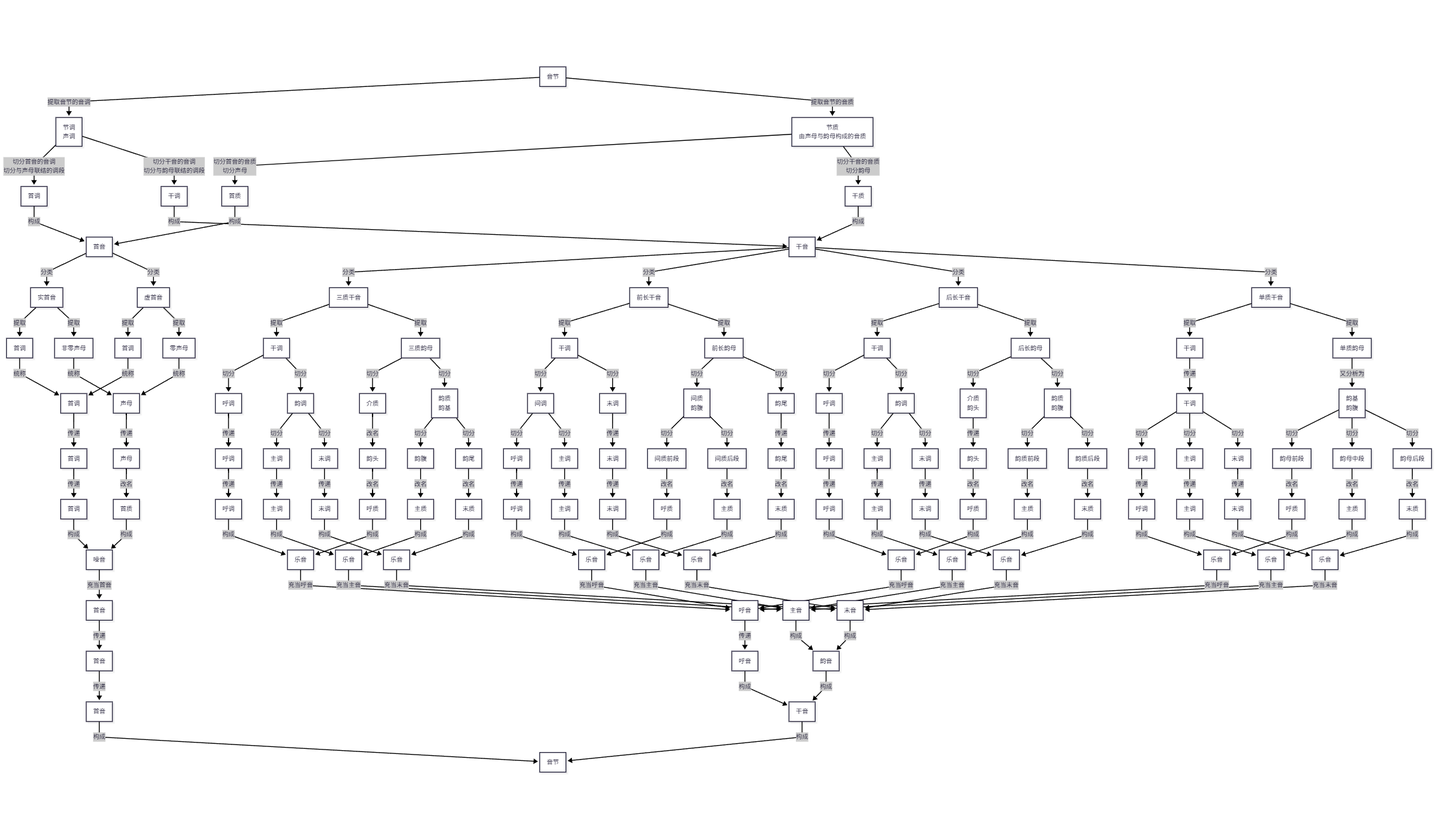
Above: YIME_Theory/flowchart/音元分析流程.png in tsaanghwang/Yime-prototype (Mermaid), before the change. Its source is kept beside it as YIME_Theory/flowchart/音元分析流程.mmd.
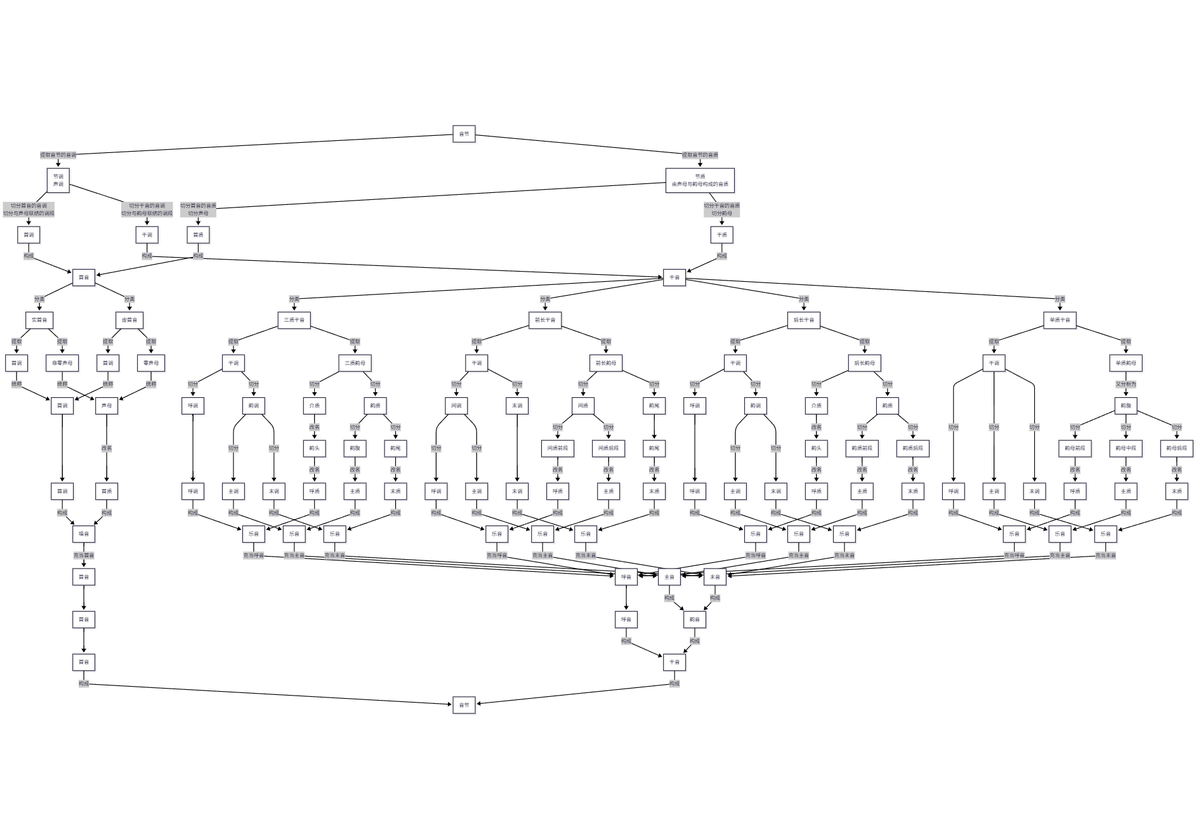
After the change.

Diff of the diagram source:
```diff
@@ -1,4 +1,4 @@
-graph LR
+graph TB
         A[音节] --> |提取音节的音调|B[节调<br>声调]
         A --> |提取音节的音质|C[节质<br>由声母与韵母构成的音质]
 
@@ -23,10 +23,8 @@
         F5 --> |统称| H1[首调]
         F4 --> |统称| H2
         F6 --> |统称| H2[声母]
-        H1 --> |传递| H3[首调]
-        H2 --> |传递| H4[声母]
-        H3 --> |传递| H5[首调]
-        H4 --> |改名| H6[首质]
+        H1 --->  H5[首调]
+        H2 ---> |改名| H6[首质]
         H5 --> |构成|H7
         H6 --> |构成|H7[噪音]
 
@@ -35,64 +33,51 @@
         G --> |分类|G3[后长干音]
         G --> |分类|G4[单质干音]
 
-        G4 --> |提取|J0[干调]
-        J0 --> |传递|J1[干调]
-        J1 --> |切分|J2[呼调]
-        J1 --> |切分|J3[主调]
-        J1 --> |切分|J4[末调]
-        J2 --> |传递|J31[呼调]
-        J3 --> |传递|J32[主调]
-        J4 --> |传递|J33[末调]
+        G4 --> |提取|J1[干调]
+        J1 ----> |切分|J2[呼调]
+        J1 ----> |切分|J3[主调]
+        J1 ----> |切分|J4[末调]
         G4 --> |提取|J5[单质韵母]
-        J5 --> |又分析为|J6[韵基<br>韵腹]
+        J5 --> |又分析为|J6[韵腹]
         J6 --> |切分|J61[韵母前段]
         J6 --> |切分|J62[韵母中段]
         J6 --> |切分|J63[韵母后段]
 
-        G3 --> |提取|K0[干调]
-        K0 --> |切分|K1[呼调]
-        K0 --> |切分|K2[韵调]
-        K1 --> |传递|K3[呼调]
-        K2 --> |切分|K21[主调]
-        K2 --> |切分|K22[末调]
-        K3 --> |传递|K31[呼调]
-        K21 --> |传递|K32[主调]
-        K22 --> |传递|K33[末调]
+        G3 --> |提取|K1[干调]
+        K1 --> |切分|K2[呼调]
+        K1 --> |切分|K3[韵调]
+        K3 ---> |切分|K31[主调]
+        K3 ---> |切分|K32[末调]
+        K2 ---> K33[呼调]
         G3 --> |提取|K4[后长韵母]
-        K4 --> |切分|K5[介质<br>韵头]
-        K4 --> |切分|K6[韵质<br>韵腹]
-        K5 --> |传递|K51[韵头]
+        K4 --> |切分|K5[介质]
+        K4 --> |切分|K6[韵质]
+        K5 --> |改名|K51[韵头]
         K6 --> |切分|K61[韵质前段]
         K6 --> |切分|K62[韵质后段]
 
         G2 --> |提取|L0[干调]
         L0 --> |切分|L1[间调]
         L0 --> |切分|L2[末调]
-        L1 --> |切分|L11[呼调]
-        L1 --> |切分|L12[主调]
-        L2 --> |传递|L3[末调]
-        L11 --> |传递|L31[呼调]
-        L12 --> |传递|L32[主调]
-        L3 --> |传递|L33[末调]
+        L1 ---> |切分|L11[呼调]
+        L1 ---> |切分|L12[主调]
+        L2 ---> L33[末调]
         G2 --> |提取|L4[前长韵母]
-        L4 --> |切分|L5[间质<br>韵腹]
+        L4 --> |切分|L5[间质]
         L4 --> |切分|L6[韵尾]
         L5 --> |切分|L51[间质前段]
         L5 --> |切分|L52[间质后段]
-        L6 --> |传递|L61[韵尾]
+        L6 --> L61[韵尾]
 
         G1 --> |提取|M0[干调]
         M0 --> |切分|M1[呼调]
         M0 --> |切分|M2[韵调]
-        M1 --> |传递|M3[呼调]
-        M2 --> |切分|M21[主调]
-        M2 --> |切分|M22[末调]
-        M3 --> |传递|M31[呼调]
-        M21 --> |传递|M32[主调]
-        M22 --> |传递|M33[末调]
+        M1 ---> M3[呼调]
+        M2 ---> |切分|M21[主调]
+        M2 ---> |切分|M22[末调]
         G1 --> |提取|M4[三质韵母]
         M4 --> |切分|M5[介质]
-        M4 --> |切分|M6[韵质<br>韵基]
+        M4 --> |切分|M6[韵质]
         M5 --> |改名|M51[韵头]
         M6 --> |切分|M61[韵腹]
         M6 --> |切分|M62[韵尾]
@@ -110,32 +95,32 @@
         M61 --> |改名|M8[主质]
         M62 --> |改名|M9[末质]
 
-        J31 --> |构成|N1[乐音]
+        J2 --> |构成|N1[乐音]
         J7 --> |构成|N1
-        J32 --> |构成|N2[乐音]
+        J3 --> |构成|N2[乐音]
         J8 --> |构成|N2
-        J33 --> |构成|N3[乐音]
+        J4 --> |构成|N3[乐音]
         J9 --> |构成|N3
 
-        K31 --> |构成|O1[乐音]
+        K33 --> |构成|O1[乐音]
         K7 --> |构成|O1
-        K32 --> |构成|O2[乐音]
+        K31 --> |构成|O2[乐音]
         K8 --> |构成|O2
-        K33 --> |构成|O3[乐音]
+        K32 --> |构成|O3[乐音]
         K9 --> |构成|O3
 
-        L31 --> |构成|P1[乐音]
+        L11 --> |构成|P1[乐音]
         L7 --> |构成|P1
-        L32 --> |构成|P2[乐音]
+        L12 --> |构成|P2[乐音]
         L8 --> |构成|P2
         L33 --> |构成|P3[乐音]
         L9 --> |构成|P3
 
-        M31 --> |构成|P4[乐音]
+        M3 --> |构成|P4[乐音]
         M7 --> |构成|P4
-        M32 --> |构成|P5[乐音]
+        M21 --> |构成|P5[乐音]
         M8 --> |构成|P5
-        M33 --> |构成|P6[乐音]
+        M22 --> |构成|P6[乐音]
         M9 --> |构成|P6
 
         H7 --> |充当首音|Q[首音]
@@ -155,12 +140,12 @@
         P5 --> |充当主音|S
         P6 --> |充当末音|T
 
-        Q --> |传递|U[首音]
-        R --> |传递|V[呼音]
+        Q --> U[首音]
+        R --> V[呼音]
         S --> |构成|W[韵音]
         T --> |构成|W
 
-        U --> |传递|X[首音]
+        U --> X[首音]
         V --> |构成|Y[干音]
         W --> |构成|Y
 
```
